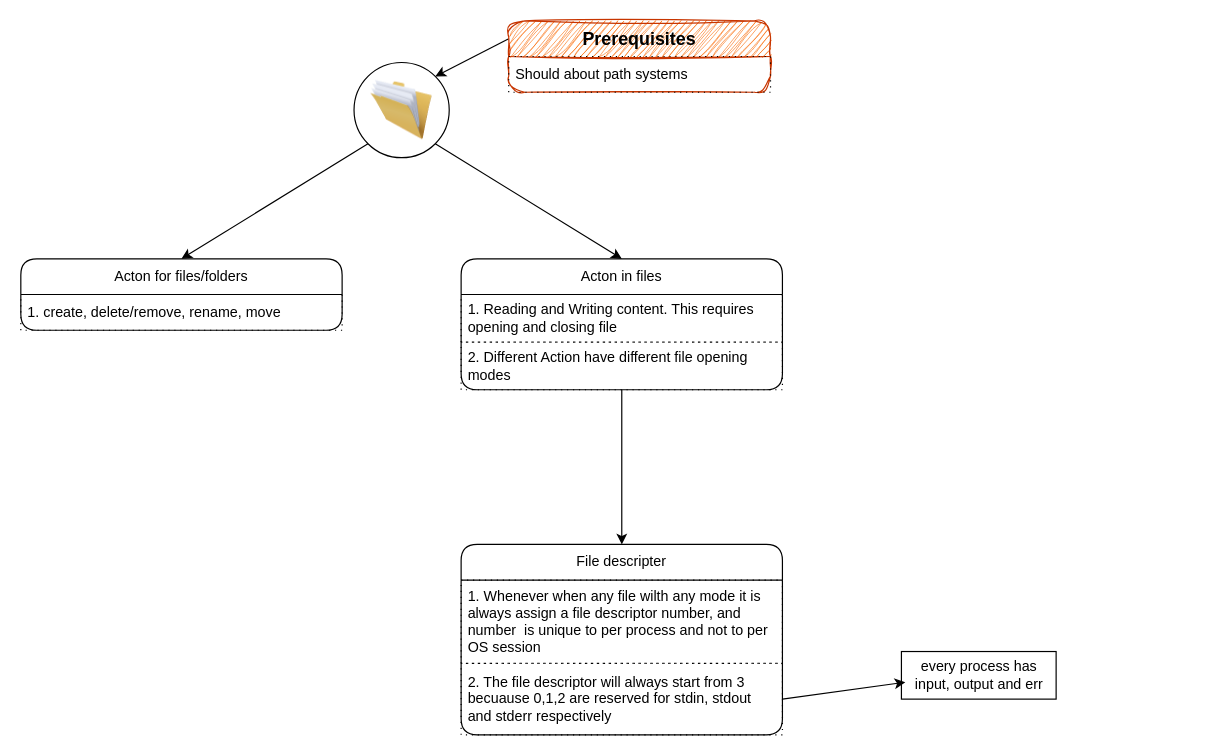
Earlier version of the draw.io diagram os/file-handling/fh.dio (knkrn5/Programming-Concepts). Source tidied: cells renumbered, new cells numbered last; positions are measured from the earlier drawing's top-left corner, leaving out a move shared by most shapes. Both pictures are drawn from the tidied source at 119%, with x=0, y=0 at pixel (20, 20).
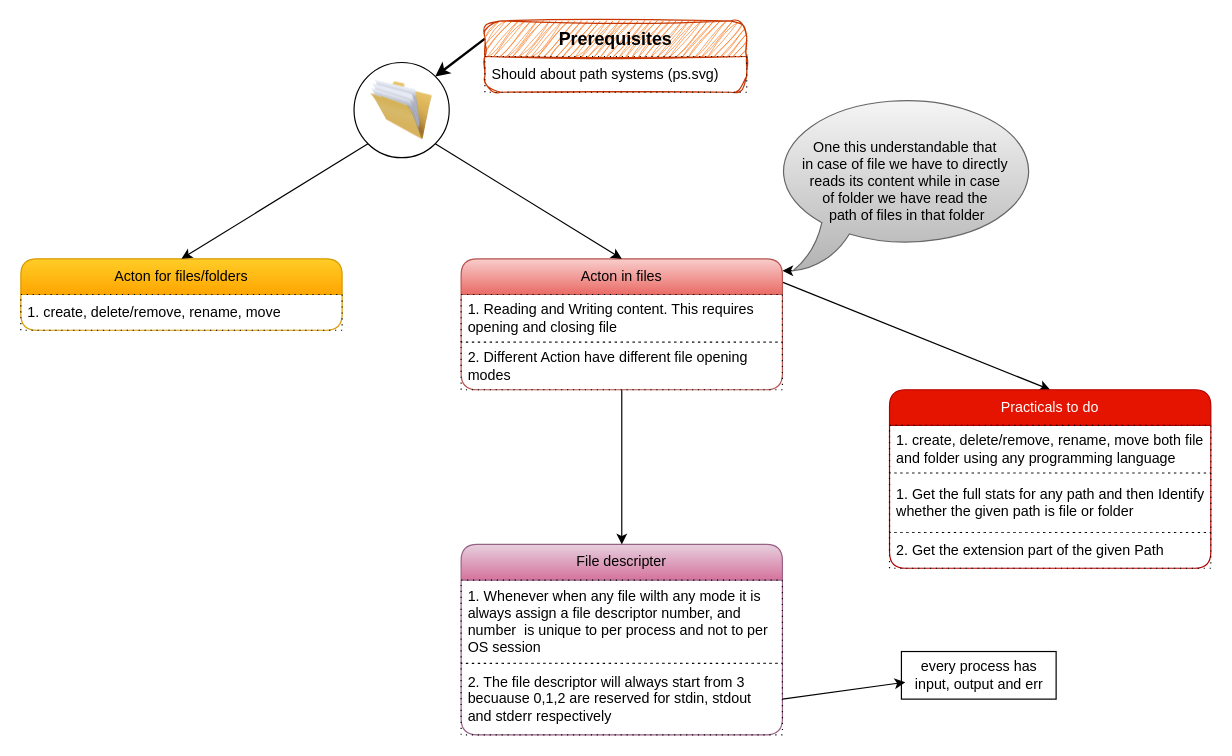
After the change.

The change refers to these unchanged cells:
```xml
<mxCell id="3" style="ellipse;whiteSpace=wrap;html=1;" parent="2" vertex="1">
  <mxGeometry width="80" height="80" as="geometry" />
</mxCell>
```

Diff of the diagram source:
```diff
@@
-<mxGraphModel>
+<mxGraphModel background="#ffffff">
@@
-    <mxCell id="5" value="Acton for files/folders" style="swimlane;fontStyle=0;horizontal=1;startSize=30;whiteSpace=wrap;html=1;rounded=1;" parent="1" vertex="1">
+    <mxCell id="5" value="Acton for files/folders" style="swimlane;fontStyle=0;horizontal=1;startSize=30;whiteSpace=wrap;html=1;rounded=1;fillColor=#ffcd28;gradientColor=#ffa500;strokeColor=#d79b00;" parent="1" vertex="1">
       <mxGeometry y="200" width="270" height="60" as="geometry" />
     </mxCell>
@@
-    <mxCell id="7" style="edgeStyle=none;html=1;exitX=0;exitY=0.25;exitDx=0;exitDy=0;entryX=1;entryY=0;entryDx=0;entryDy=0;" parent="1" edge="1" source="8" target="3">
+    <mxCell id="7" style="edgeStyle=none;html=1;exitX=0;exitY=0.25;exitDx=0;exitDy=0;entryX=1;entryY=0;entryDx=0;entryDy=0;flowAnimation=1;strokeWidth=2;" parent="1" edge="1" source="8" target="3">
       <mxGeometry relative="1" as="geometry" />
     </mxCell>
     <mxCell id="8" value="&lt;b&gt;&lt;font style=&quot;font-size: 15px;&quot;&gt;Prerequisites&lt;/font&gt;&lt;/b&gt;" style="swimlane;fontStyle=0;horizontal=1;startSize=30;whiteSpace=wrap;html=1;rounded=1;fillColor=#fa6800;fontColor=#000000;strokeColor=#C73500;sketch=1;curveFitting=1;jiggle=2;" parent="1" vertex="1">
-      <mxGeometry x="410" width="220" height="60" as="geometry" />
+      <mxGeometry x="390" width="220" height="60" as="geometry" />
     </mxCell>
-    <mxCell id="9" value="Should about path systems" style="text;strokeColor=default;fillColor=none;align=left;verticalAlign=middle;spacingLeft=4;spacingRight=4;overflow=hidden;whiteSpace=wrap;html=1;dashed=1;dashPattern=1 4;" parent="8" vertex="1">
+    <mxCell id="9" value="Should about path systems (&lt;span style=&quot;background-color: light-dark(rgb(255, 255, 255), rgb(255, 0, 255));&quot;&gt;&lt;font style=&quot;color: light-dark(rgb(0, 0, 0), rgb(0, 0, 0));&quot;&gt;ps.svg&lt;/font&gt;&lt;/span&gt;)" style="text;strokeColor=default;fillColor=none;align=left;verticalAlign=middle;spacingLeft=4;spacingRight=4;overflow=hidden;whiteSpace=wrap;html=1;dashed=1;dashPattern=1 4;" parent="8" vertex="1">
       <mxGeometry y="30" width="220" height="30" as="geometry" />
     </mxCell>
-    <mxCell id="10" value="File descripter" style="swimlane;fontStyle=0;horizontal=1;startSize=30;whiteSpace=wrap;html=1;rounded=1;" parent="1" vertex="1">
+    <mxCell id="10" value="File descripter" style="swimlane;fontStyle=0;horizontal=1;startSize=30;whiteSpace=wrap;html=1;rounded=1;fillColor=#e6d0de;gradientColor=#d5739d;strokeColor=#996185;" parent="1" vertex="1">
       <mxGeometry x="370" y="440" width="270" height="160" as="geometry" />
     </mxCell>
@@
-    <mxCell id="13" style="edgeStyle=none;html=1;exitX=0.5;exitY=1;exitDx=0;exitDy=0;entryX=0.5;entryY=0;entryDx=0;entryDy=0;" parent="1" edge="1" source="14" target="10">
+    <mxCell id="13" style="edgeStyle=none;html=1;exitX=0.5;exitY=1;exitDx=0;exitDy=0;entryX=0.5;entryY=0;entryDx=0;entryDy=0;flowAnimation=1;" parent="1" edge="1" source="14" target="10">
       <mxGeometry relative="1" as="geometry" />
     </mxCell>
+    <mxCell id="21" style="edgeStyle=none;html=1;exitX=0.996;exitY=0.174;exitDx=0;exitDy=0;exitPerimeter=0;entryX=0.5;entryY=0;entryDx=0;entryDy=0;" parent="1" edge="1" source="14" target="22">
+      <mxGeometry relative="1" as="geometry" />
+    </mxCell>
-    <mxCell id="14" value="Acton in files" style="swimlane;fontStyle=0;horizontal=1;startSize=30;whiteSpace=wrap;html=1;rounded=1;" parent="1" vertex="1">
+    <mxCell id="14" value="Acton in files" style="swimlane;fontStyle=0;horizontal=1;startSize=30;whiteSpace=wrap;html=1;rounded=1;fillColor=#f8cecc;gradientColor=#ea6b66;strokeColor=#b85450;" parent="1" vertex="1">
       <mxGeometry x="370" y="200" width="270" height="110" as="geometry" />
     </mxCell>
@@
+    <mxCell id="22" value="&lt;font style=&quot;color: light-dark(rgb(255, 255, 255), rgb(255, 255, 255));&quot;&gt;Practicals to do&lt;/font&gt;" style="swimlane;fontStyle=0;horizontal=1;startSize=30;whiteSpace=wrap;html=1;rounded=1;fillColor=light-dark(#E51400,#CC0000);strokeColor=#B20000;fontColor=#ffffff;" parent="1" vertex="1">
+      <mxGeometry x="730" y="310" width="270" height="150" as="geometry" />
+    </mxCell>
+    <mxCell id="23" value="1. create, delete/remove, rename, move both file and folder using any programming language" style="text;strokeColor=default;fillColor=none;align=left;verticalAlign=middle;spacingLeft=4;spacingRight=4;overflow=hidden;whiteSpace=wrap;html=1;dashed=1;dashPattern=1 4;" parent="22" vertex="1">
+      <mxGeometry y="30" width="270" height="40" as="geometry" />
+    </mxCell>
+    <mxCell id="24" value="1. Get the full stats for any path and then Identify whether the given path is file or folder" style="text;strokeColor=default;fillColor=none;align=left;verticalAlign=middle;spacingLeft=4;spacingRight=4;overflow=hidden;whiteSpace=wrap;html=1;dashed=1;dashPattern=1 4;" parent="22" vertex="1">
+      <mxGeometry y="70" width="270" height="50" as="geometry" />
+    </mxCell>
+    <mxCell id="25" value="2. Get the extension part of the given Path" style="text;strokeColor=default;fillColor=none;align=left;verticalAlign=middle;spacingLeft=4;spacingRight=4;overflow=hidden;whiteSpace=wrap;html=1;dashed=1;dashPattern=1 4;" parent="22" vertex="1">
+      <mxGeometry y="120" width="270" height="30" as="geometry" />
+    </mxCell>
-    <mxCell id="17" style="edgeStyle=none;html=1;exitX=0;exitY=1;exitDx=0;exitDy=0;entryX=0.5;entryY=0;entryDx=0;entryDy=0;" parent="1" edge="1" source="3" target="5">
+    <mxCell id="17" style="edgeStyle=none;html=1;exitX=0;exitY=1;exitDx=0;exitDy=0;entryX=0.5;entryY=0;entryDx=0;entryDy=0;flowAnimation=1;" parent="1" edge="1" source="3" target="5">
       <mxGeometry relative="1" as="geometry" />
     </mxCell>
-    <mxCell id="18" style="edgeStyle=none;html=1;exitX=1;exitY=1;exitDx=0;exitDy=0;entryX=0.5;entryY=0;entryDx=0;entryDy=0;" parent="1" edge="1" source="3" target="14">
+    <mxCell id="18" style="edgeStyle=none;html=1;exitX=1;exitY=1;exitDx=0;exitDy=0;entryX=0.5;entryY=0;entryDx=0;entryDy=0;flowAnimation=1;" parent="1" edge="1" source="3" target="14">
       <mxGeometry relative="1" as="geometry" />
     </mxCell>
@@
+    <mxCell id="26" style="edgeStyle=none;html=1;exitX=0.08;exitY=1;exitDx=0;exitDy=0;exitPerimeter=0;entryX=1;entryY=0.091;entryDx=0;entryDy=0;entryPerimeter=0;" parent="1" edge="1" source="27" target="14">
+      <mxGeometry relative="1" as="geometry" />
+    </mxCell>
+    <mxCell id="27" value="&lt;font style=&quot;color: light-dark(rgb(0, 0, 0), rgb(255, 255, 255));&quot;&gt;One this understandable that&amp;nbsp;&lt;/font&gt;&lt;div&gt;&lt;font style=&quot;color: light-dark(rgb(0, 0, 0), rgb(255, 255, 255));&quot;&gt;in case of file we have to directly&amp;nbsp;&lt;/font&gt;&lt;/div&gt;&lt;div&gt;&lt;font style=&quot;color: light-dark(rgb(0, 0, 0), rgb(255, 255, 255));&quot;&gt;reads its content while in case&amp;nbsp;&lt;/font&gt;&lt;/div&gt;&lt;div&gt;&lt;font style=&quot;color: light-dark(rgb(0, 0, 0), rgb(255, 255, 255));&quot;&gt;of folder we have read the&amp;nbsp;&lt;/font&gt;&lt;/div&gt;&lt;div&gt;&lt;font style=&quot;color: light-dark(rgb(0, 0, 0), rgb(255, 255, 255));&quot;&gt;path of files in that folder&lt;/font&gt;&lt;/div&gt;" style="whiteSpace=wrap;html=1;shape=mxgraph.basic.oval_callout;fillColor=#f5f5f5;gradientColor=#b3b3b3;strokeColor=#666666;" parent="1" vertex="1">
+      <mxGeometry x="630" y="60" width="230" height="150" as="geometry" />
+    </mxCell>
```
